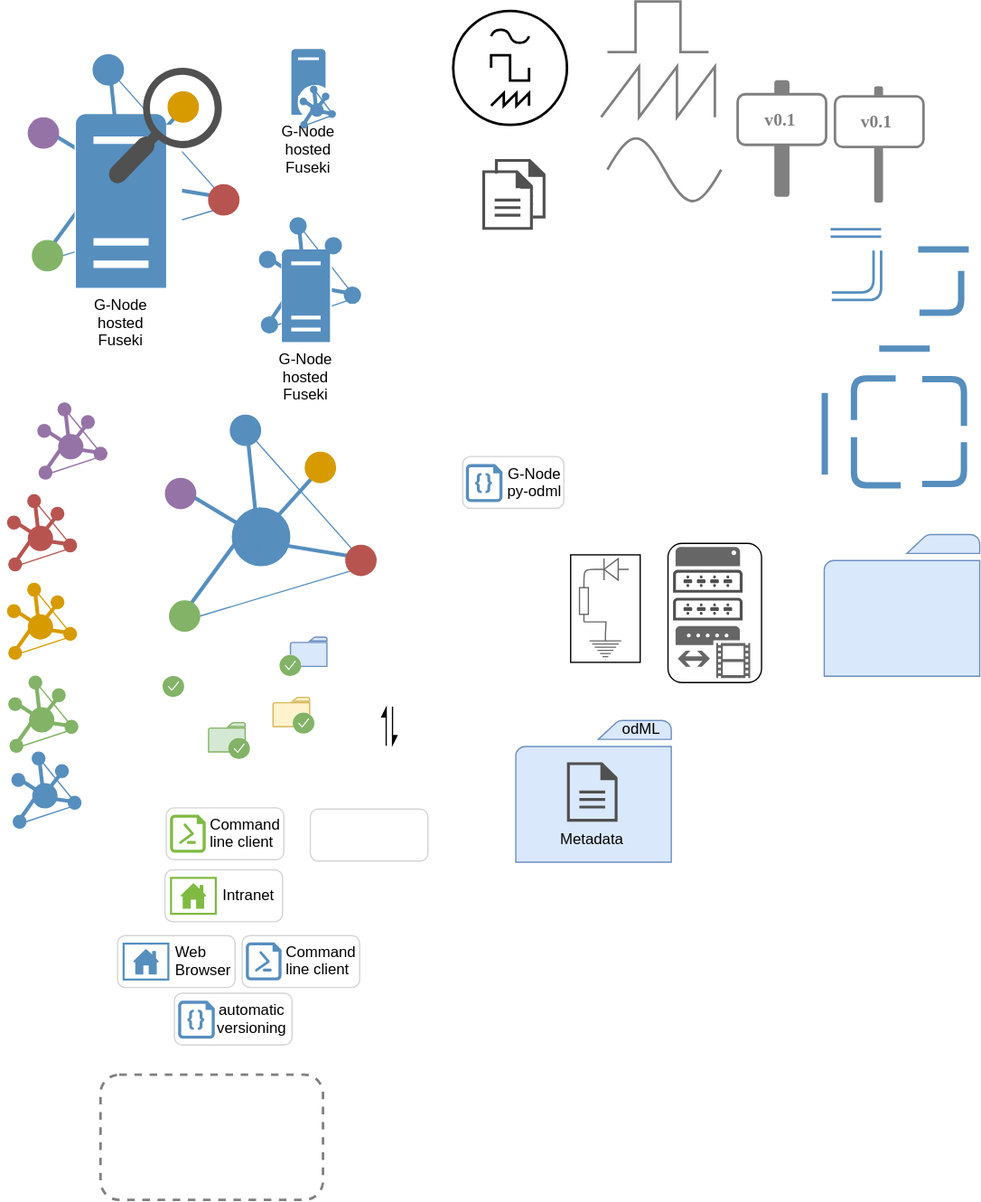
Above: drawio/ShapesCollectionCustom.svg in mpsonntag/prespost (draw.io), before the change. Source tidied: cells renumbered, new cells last; positions are measured from the earlier drawing's top-left corner, leaving out a move shared by most shapes.
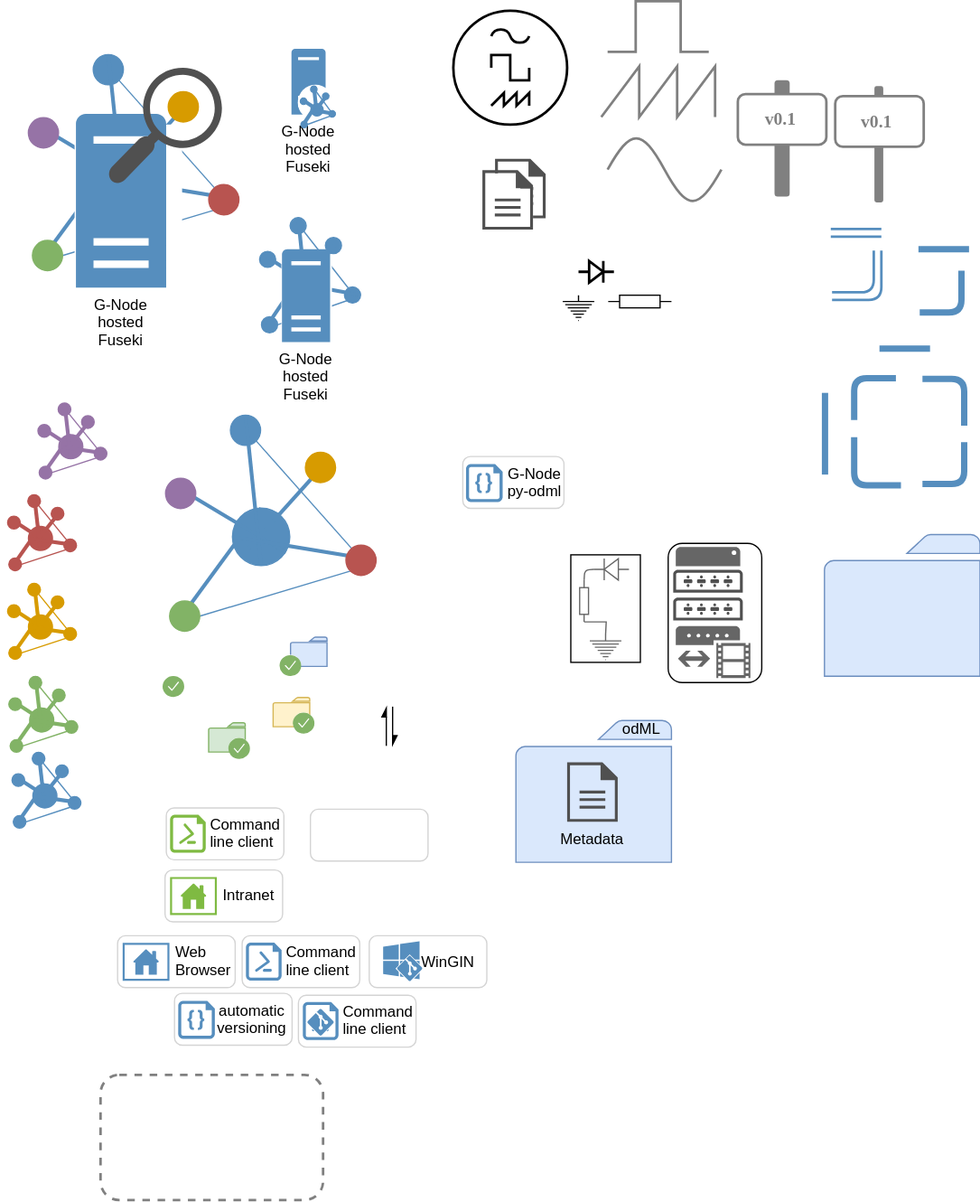
Above is the later version.

Commit message:
[resources] Added custom WinGin drawio

What changed in the source:
```diff
@@ -830,5 +830,56 @@
     <mxCell id="253" style="shadow=0;dashed=0;strokeColor=#82B366;fillColor=#82B366;labelPosition=center;verticalLabelPosition=bottom;verticalAlign=top;shape=(stored shape, 628 characters);" parent="251" vertex="1">
       <mxGeometry x="0.8" y="0.4" width="15.4" height="16" as="geometry" />
     </mxCell>
+    <mxCell id="254" style="fillColor=#000000;verticalLabelPosition=bottom;shadow=0;dashed=0;align=center;fillColor=#ffffff;verticalAlign=top;strokeWidth=2;shape=mxgraph.electrical.diodes.diode;gradientColor=#ffffff;" parent="1" vertex="1">
+      <mxGeometry x="456" y="204.8" width="28" height="17" as="geometry" />
+    </mxCell>
+    <mxCell id="255" style="verticalLabelPosition=bottom;shadow=0;dashed=0;align=center;fillColor=#ffffff;verticalAlign=top;strokeWidth=1;shape=mxgraph.electrical.signal_sources.protective_earth;" parent="1" vertex="1">
+      <mxGeometry x="443.5" y="231.8" width="25" height="20" as="geometry" />
+    </mxCell>
+    <mxCell id="256" style="verticalLabelPosition=bottom;shadow=0;dashed=0;align=center;fillColor=#ffffff;verticalAlign=top;strokeWidth=1;shape=mxgraph.electrical.resistors.resistor_1;" parent="1" vertex="1">
+      <mxGeometry x="479.5" y="231.8" width="50" height="10" as="geometry" />
+    </mxCell>
+    <mxCell id="257" style="group;" parent="1" vertex="1">
+      <mxGeometry x="234.5" y="785.1" width="93" height="41" as="geometry" />
+    </mxCell>
+    <mxCell id="258" style="group;" parent="257" vertex="1">
+      <mxGeometry width="93" height="41" as="geometry" />
+    </mxCell>
+    <mxCell id="259" style="group;strokeColor=#D4D4D4;rounded=1;fillColor=#ffffff;whiteSpace=wrap;" parent="258" vertex="1">
+      <mxGeometry width="93" height="41" as="geometry" />
+    </mxCell>
+    <mxCell id="260" value="Command &#10;line client&#10;" style="shadow=0;dashed=0;strokeColor=none;shape=mxgraph.azure.powershell_file;fillColor=#568EBE;labelPosition=center;verticalLabelPosition=middle;align=left;verticalAlign=middle;spacingTop=14;spacingLeft=30;" parent="258" vertex="1">
+      <mxGeometry x="3.5" y="5.4" width="28.2" height="30" as="geometry" />
+    </mxCell>
+    <mxCell id="261" style="group;" parent="257" vertex="1">
+      <mxGeometry x="6.5" y="10.4" width="22" height="22" as="geometry" />
+    </mxCell>
+    <mxCell id="262" style="rhombus;whiteSpace=wrap;html=1;strokeColor=#FFFFFF;" parent="261" vertex="1">
+      <mxGeometry width="22" height="22" as="geometry" />
+    </mxCell>
+    <mxCell id="263" style="shadow=0;dashed=0;strokeColor=none;fillColor=#568EBE;labelPosition=center;verticalLabelPosition=bottom;verticalAlign=top;shape=mxgraph.azure.git_repository;" parent="261" vertex="1">
+      <mxGeometry x="0.5" y="0.3" width="21" height="21" as="geometry" />
+    </mxCell>
+    <mxCell id="264" style="group;" parent="1" vertex="1">
+      <mxGeometry x="290.5" y="738.1" width="93" height="41" as="geometry" />
+    </mxCell>
+    <mxCell id="265" style="group;strokeColor=#D4D4D4;rounded=1;fillColor=#ffffff;whiteSpace=wrap;" parent="264" vertex="1">
+      <mxGeometry width="93" height="41" as="geometry" />
+    </mxCell>
+    <mxCell id="266" style="group;labelPosition=right;verticalLabelPosition=middle;align=left;verticalAlign=middle;" parent="264" vertex="1">
+      <mxGeometry x="11" y="4.4" width="31.5" height="32" as="geometry" />
+    </mxCell>
+    <mxCell id="267" value="WinGIN" style="shadow=0;dashed=0;strokeColor=none;html=1;labelPosition=right;verticalLabelPosition=middle;verticalAlign=middle;align=left;shape=mxgraph.mscae.other.windows;fillColor=#568EBE;" parent="266" vertex="1">
+      <mxGeometry width="28.8" height="30" as="geometry" />
+    </mxCell>
+    <mxCell id="268" style="group;" parent="266" vertex="1">
+      <mxGeometry x="10.5" y="11" width="21" height="21" as="geometry" />
+    </mxCell>
+    <mxCell id="269" style="rhombus;whiteSpace=wrap;html=1;strokeColor=#FFFFFF;" parent="268" vertex="1">
+      <mxGeometry width="21" height="21" as="geometry" />
+    </mxCell>
+    <mxCell id="270" style="shadow=0;dashed=0;strokeColor=none;fillColor=#568EBE;labelPosition=center;verticalLabelPosition=bottom;verticalAlign=top;shape=mxgraph.azure.git_repository;" parent="268" vertex="1">
+      <mxGeometry x="0.5" y="0.3" width="20" height="20" as="geometry" />
+    </mxCell>
   </root>
 </mxGraphModel>
```
